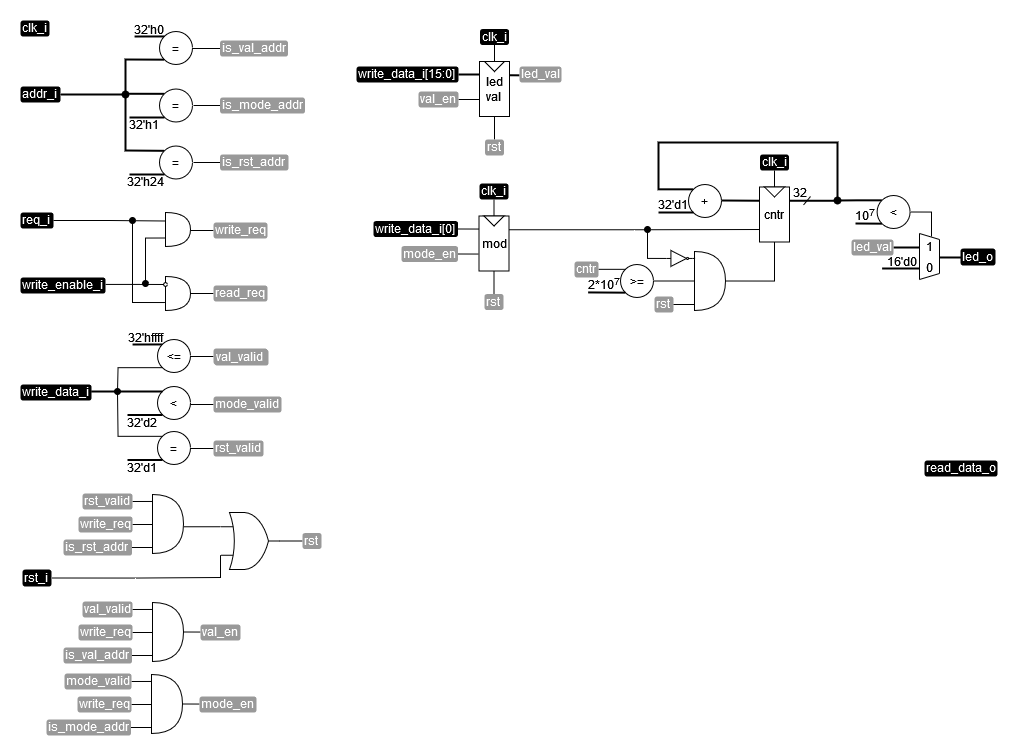
Before: .pic/Basic Verilog structures/controllers/fig_08.drawio.png, a diagram exported from draw.io (MPSU/APS). Source tidied: cells renumbered, new cells last; positions are measured from the earlier drawing's top-left corner, leaving out a move shared by most shapes.
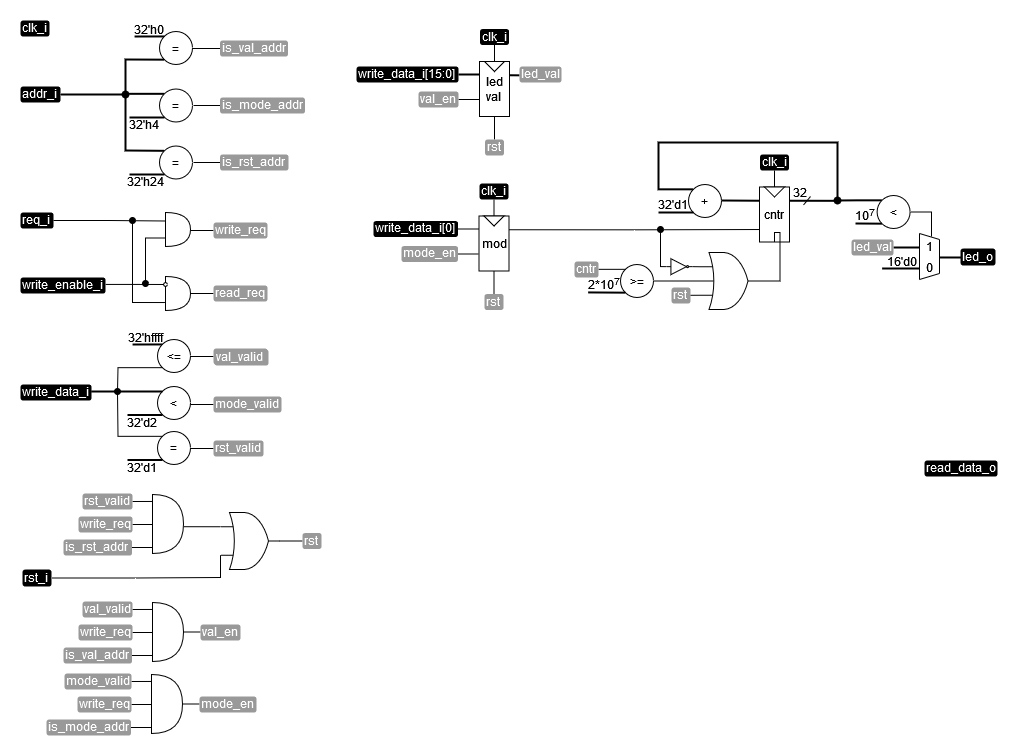
The same diagram one commit later.

Diff of the diagram source:
```diff
@@ -97,7 +97,7 @@
     <mxCell id="24" value="read_req" style="text;html=1;strokeColor=none;fillColor=#999999;align=left;verticalAlign=middle;whiteSpace=wrap;rounded=1;fontColor=#FFFFFF;spacingBottom=2;" parent="1" vertex="1">
       <mxGeometry x="193" y="265" width="54" height="16" as="geometry" />
     </mxCell>
-    <mxCell id="25" value="32'h1" style="text;html=1;strokeColor=none;fillColor=none;align=center;verticalAlign=middle;whiteSpace=wrap;rounded=0;" parent="1" vertex="1">
+    <mxCell id="25" value="32'h4" style="text;html=1;strokeColor=none;fillColor=none;align=center;verticalAlign=middle;whiteSpace=wrap;rounded=0;" parent="1" vertex="1">
       <mxGeometry x="108" y="97" width="32" height="13" as="geometry" />
     </mxCell>
     <mxCell id="26" style="endArrow=none;html=1;rounded=0;" parent="1" edge="1">
@@ -419,7 +419,7 @@
       </mxGeometry>
     </mxCell>
     <mxCell id="111" value="rst" style="text;html=1;strokeColor=none;fillColor=#999999;align=left;verticalAlign=middle;whiteSpace=wrap;rounded=1;fontColor=#FFFFFF;spacingBottom=2;" parent="1" vertex="1">
-      <mxGeometry x="634" y="276" width="19" height="16" as="geometry" />
+      <mxGeometry x="651" y="267" width="19" height="16" as="geometry" />
     </mxCell>
     <mxCell id="112" style="edgeStyle=orthogonalEdgeStyle;rounded=0;jettySize=auto;html=1;exitX=0.5;exitY=1;exitDx=0;exitDy=0;entryX=0;entryY=0.5;entryDx=0;entryDy=0;endArrow=none;endFill=0;" parent="1" edge="1" source="113" target="109">
       <mxGeometry relative="1" as="geometry" />
@@ -461,7 +461,7 @@
         <mxPoint x="817" y="180" as="targetPoint" />
       </mxGeometry>
     </mxCell>
-    <mxCell id="122" style="edgeStyle=orthogonalEdgeStyle;rounded=0;jettySize=auto;html=1;exitX=1;exitY=0.5;exitDx=0;exitDy=0;endArrow=none;endFill=0;entryX=0.577;entryY=0.199;entryDx=0;entryDy=0;entryPerimeter=0;" parent="1" edge="1" source="123" target="150">
+    <mxCell id="122" style="edgeStyle=orthogonalEdgeStyle;rounded=0;jettySize=auto;html=1;exitX=1;exitY=0.5;exitDx=0;exitDy=0;endArrow=none;endFill=0;entryX=0.577;entryY=0.199;entryDx=0;entryDy=0;entryPerimeter=0;" parent="1" edge="1" source="123" target="148">
       <mxGeometry relative="1" as="geometry" />
     </mxCell>
     <mxCell id="123" value="&amp;lt;" style="ellipse;whiteSpace=wrap;html=1;" parent="1" vertex="1">
@@ -492,7 +492,7 @@
     <mxCell id="129" value="led_val" style="text;html=1;strokeColor=none;fillColor=#999999;align=left;verticalAlign=middle;whiteSpace=wrap;rounded=1;fontColor=#FFFFFF;spacingBottom=2;" parent="1" vertex="1">
       <mxGeometry x="831" y="219" width="42" height="16" as="geometry" />
     </mxCell>
-    <mxCell id="130" style="endArrow=none;html=1;rounded=0;exitX=0.885;exitY=0.507;exitDx=0;exitDy=0;exitPerimeter=0;strokeWidth=2;" parent="1" edge="1" source="150">
+    <mxCell id="130" style="endArrow=none;html=1;rounded=0;exitX=0.885;exitY=0.507;exitDx=0;exitDy=0;exitPerimeter=0;strokeWidth=2;" parent="1" edge="1" source="148">
       <mxGeometry relative="1" as="geometry">
         <mxPoint x="941" y="237" as="targetPoint" />
       </mxGeometry>
@@ -503,78 +503,79 @@
     <mxCell id="132" value="read_data_o" style="text;html=1;strokeColor=none;fillColor=#000000;align=left;verticalAlign=middle;whiteSpace=wrap;rounded=1;fontColor=#FFFFFF;spacingBottom=2;" parent="1" vertex="1">
       <mxGeometry x="904" y="440" width="73" height="16" as="geometry" />
     </mxCell>
-    <mxCell id="133" style="edgeStyle=orthogonalEdgeStyle;rounded=0;jettySize=auto;html=1;exitX=1;exitY=0.5;exitDx=0;exitDy=0;exitPerimeter=0;endArrow=none;endFill=0;" parent="1" edge="1" source="134" target="108">
+    <mxCell id="133" style="edgeStyle=orthogonalEdgeStyle;rounded=0;jettySize=auto;html=1;exitX=1;exitY=0.5;exitDx=0;exitDy=0;exitPerimeter=0;endArrow=none;endFill=0;" parent="1" edge="1" source="149" target="108">
       <mxGeometry relative="1" as="geometry" />
     </mxCell>
-    <mxCell id="134" style="shape=or;whiteSpace=wrap;html=1;" parent="1" vertex="1">
-      <mxGeometry x="674" y="231" width="31" height="59" as="geometry" />
+    <mxCell id="134" style="edgeStyle=orthogonalEdgeStyle;rounded=0;jettySize=auto;html=1;exitX=1;exitY=0.5;exitDx=0;exitDy=0;entryX=0;entryY=0.75;entryDx=0;entryDy=0;entryPerimeter=0;endArrow=none;endFill=0;" parent="1" edge="1" target="149">
+      <mxGeometry relative="1" as="geometry">
+        <mxPoint x="670" y="274.8" as="sourcePoint" />
+      </mxGeometry>
     </mxCell>
-    <mxCell id="135" style="edgeStyle=orthogonalEdgeStyle;rounded=0;jettySize=auto;html=1;exitX=1;exitY=0.5;exitDx=0;exitDy=0;entryX=-0.014;entryY=0.904;entryDx=0;entryDy=0;entryPerimeter=0;endArrow=none;endFill=0;" parent="1" edge="1" target="134">
-      <mxGeometry relative="1" as="geometry">
-        <mxPoint x="653" y="284" as="sourcePoint" />
-      </mxGeometry>
+    <mxCell id="135" style="edgeStyle=orthogonalEdgeStyle;rounded=0;jettySize=auto;html=1;exitX=0;exitY=0;exitDx=0;exitDy=0;entryX=1;entryY=0.5;entryDx=0;entryDy=0;endArrow=none;endFill=0;" parent="1" edge="1" source="137" target="140">
+      <mxGeometry relative="1" as="geometry" />
     </mxCell>
-    <mxCell id="136" style="edgeStyle=orthogonalEdgeStyle;rounded=0;jettySize=auto;html=1;exitX=0;exitY=0;exitDx=0;exitDy=0;entryX=1;entryY=0.5;entryDx=0;entryDy=0;endArrow=none;endFill=0;" parent="1" edge="1" source="138" target="141">
+    <mxCell id="136" style="edgeStyle=orthogonalEdgeStyle;rounded=0;jettySize=auto;html=1;exitX=1;exitY=0.5;exitDx=0;exitDy=0;entryX=0.23;entryY=0.5;entryDx=0;entryDy=0;entryPerimeter=0;endArrow=none;endFill=0;" parent="1" edge="1" source="137" target="149">
       <mxGeometry relative="1" as="geometry" />
     </mxCell>
-    <mxCell id="137" style="edgeStyle=orthogonalEdgeStyle;rounded=0;jettySize=auto;html=1;exitX=1;exitY=0.5;exitDx=0;exitDy=0;entryX=0;entryY=0.5;entryDx=0;entryDy=0;entryPerimeter=0;endArrow=none;endFill=0;" parent="1" edge="1" source="138" target="134">
-      <mxGeometry relative="1" as="geometry" />
+    <mxCell id="137" value="&amp;gt;=" style="ellipse;whiteSpace=wrap;html=1;" parent="1" vertex="1">
+      <mxGeometry x="600" y="244" width="33" height="33" as="geometry" />
     </mxCell>
-    <mxCell id="138" value="&amp;gt;=" style="ellipse;whiteSpace=wrap;html=1;" parent="1" vertex="1">
-      <mxGeometry x="600" y="244" width="33" height="33" as="geometry" />
+    <mxCell id="138" style="endArrow=none;html=1;rounded=0;entryX=0;entryY=1;entryDx=0;entryDy=0;strokeWidth=2;exitX=-0.088;exitY=1.18;exitDx=0;exitDy=0;exitPerimeter=0;" parent="1" edge="1" source="139" target="137">
+      <mxGeometry relative="1" as="geometry" />
     </mxCell>
-    <mxCell id="139" style="endArrow=none;html=1;rounded=0;entryX=0;entryY=1;entryDx=0;entryDy=0;strokeWidth=2;exitX=-0.088;exitY=1.18;exitDx=0;exitDy=0;exitPerimeter=0;" parent="1" edge="1" source="140" target="138">
-      <mxGeometry relative="1" as="geometry" />
+    <mxCell id="139" value="2*10&lt;sup&gt;7&lt;/sup&gt;" style="text;html=1;strokeColor=none;fillColor=none;align=center;verticalAlign=middle;whiteSpace=wrap;rounded=0;" parent="1" vertex="1">
+      <mxGeometry x="570" y="256" width="27" height="13.5" as="geometry" />
     </mxCell>
-    <mxCell id="140" value="2*10&lt;sup&gt;7&lt;/sup&gt;" style="text;html=1;strokeColor=none;fillColor=none;align=center;verticalAlign=middle;whiteSpace=wrap;rounded=0;" parent="1" vertex="1">
-      <mxGeometry x="570" y="256" width="27" height="13.5" as="geometry" />
+    <mxCell id="140" value="cntr" style="text;html=1;strokeColor=none;fillColor=#999999;align=left;verticalAlign=middle;whiteSpace=wrap;rounded=1;fontColor=#FFFFFF;spacingBottom=2;" parent="1" vertex="1">
+      <mxGeometry x="554" y="241" width="24" height="16" as="geometry" />
     </mxCell>
-    <mxCell id="141" value="cntr" style="text;html=1;strokeColor=none;fillColor=#999999;align=left;verticalAlign=middle;whiteSpace=wrap;rounded=1;fontColor=#FFFFFF;spacingBottom=2;" parent="1" vertex="1">
-      <mxGeometry x="554" y="241" width="24" height="16" as="geometry" />
+    <mxCell id="141" style="edgeStyle=orthogonalEdgeStyle;rounded=0;jettySize=auto;html=1;endArrow=none;endFill=0;entryX=0;entryY=0.5;entryDx=0;entryDy=0;entryPerimeter=0;startArrow=oval;startFill=1;" parent="1" edge="1" target="142">
+      <mxGeometry relative="1" as="geometry">
+        <mxPoint x="640" y="209" as="sourcePoint" />
+        <Array as="points">
+          <mxPoint x="640" y="209" />
+          <mxPoint x="640" y="246" />
+        </Array>
+      </mxGeometry>
     </mxCell>
-    <mxCell id="142" style="edgeStyle=orthogonalEdgeStyle;rounded=0;jettySize=auto;html=1;endArrow=none;endFill=0;entryX=0;entryY=0.5;entryDx=0;entryDy=0;entryPerimeter=0;startArrow=oval;startFill=1;" parent="1" edge="1" target="144">
-      <mxGeometry relative="1" as="geometry">
-        <mxPoint x="627" y="209" as="sourcePoint" />
-        <Array as="points">
-          <mxPoint x="627" y="238" />
-        </Array>
-      </mxGeometry>
+    <mxCell id="142" style="verticalLabelPosition=bottom;shadow=0;dashed=0;align=center;html=1;verticalAlign=top;shape=mxgraph.electrical.logic_gates.inverter_2;" parent="1" vertex="1">
+      <mxGeometry x="646" y="238.2" width="26" height="15.9" as="geometry" />
     </mxCell>
-    <mxCell id="143" style="edgeStyle=orthogonalEdgeStyle;rounded=0;jettySize=auto;html=1;exitX=1;exitY=0.5;exitDx=0;exitDy=0;exitPerimeter=0;entryX=0.019;entryY=0.12;entryDx=0;entryDy=0;entryPerimeter=0;endArrow=none;endFill=0;" parent="1" edge="1" source="144" target="134">
-      <mxGeometry relative="1" as="geometry" />
+    <mxCell id="143" style="group;rotation=-181;strokeOpacity=100;fillOpacity=100;" parent="1" vertex="1">
+      <mxGeometry x="899" y="213" width="23" height="57.5" as="geometry" />
     </mxCell>
-    <mxCell id="144" style="verticalLabelPosition=bottom;shadow=0;dashed=0;align=center;html=1;verticalAlign=top;shape=mxgraph.electrical.logic_gates.inverter_2;" parent="1" vertex="1">
-      <mxGeometry x="646" y="230" width="26" height="15.9" as="geometry" />
+    <mxCell id="144" style="endArrow=none;html=1;rounded=0;strokeColor=#000000;fontSize=16;fontColor=#000000;startSize=6;endSize=6;comic=0;jiggle=0.5;strokeWidth=1;strokeOpacity=100;fillOpacity=100;" parent="143" edge="1">
+      <mxGeometry relative="1" as="geometry">
+        <mxPoint y="46" as="sourcePoint" />
+        <mxPoint x="20" y="40" as="targetPoint" />
+      </mxGeometry>
     </mxCell>
-    <mxCell id="145" style="group;rotation=-181;strokeOpacity=100;fillOpacity=100;" parent="1" vertex="1">
-      <mxGeometry x="899" y="213" width="23" height="57.5" as="geometry" />
+    <mxCell id="145" style="endArrow=none;html=1;rounded=0;strokeColor=#000000;fontSize=16;fontColor=#000000;startSize=6;endSize=6;comic=0;jiggle=0.5;strokeWidth=1;strokeOpacity=100;fillOpacity=100;" parent="143" edge="1">
+      <mxGeometry relative="1" as="geometry">
+        <mxPoint as="sourcePoint" />
+        <mxPoint x="20" y="6" as="targetPoint" />
+      </mxGeometry>
     </mxCell>
-    <mxCell id="146" style="endArrow=none;html=1;rounded=0;strokeColor=#000000;fontSize=16;fontColor=#000000;startSize=6;endSize=6;comic=0;jiggle=0.5;strokeWidth=1;strokeOpacity=100;fillOpacity=100;" parent="145" edge="1">
+    <mxCell id="146" style="endArrow=none;html=1;rounded=0;strokeColor=#000000;fontSize=16;fontColor=#000000;startSize=6;endSize=6;comic=0;jiggle=0.5;strokeWidth=1;strokeOpacity=100;fillOpacity=100;" parent="143" edge="1">
       <mxGeometry relative="1" as="geometry">
         <mxPoint y="46" as="sourcePoint" />
-        <mxPoint x="20" y="40" as="targetPoint" />
+        <mxPoint as="targetPoint" />
       </mxGeometry>
     </mxCell>
-    <mxCell id="147" style="endArrow=none;html=1;rounded=0;strokeColor=#000000;fontSize=16;fontColor=#000000;startSize=6;endSize=6;comic=0;jiggle=0.5;strokeWidth=1;strokeOpacity=100;fillOpacity=100;" parent="145" edge="1">
+    <mxCell id="147" style="endArrow=none;html=1;rounded=0;strokeColor=#000000;fontSize=16;fontColor=#000000;startSize=6;endSize=6;comic=0;jiggle=0.5;strokeWidth=1;strokeOpacity=100;fillOpacity=100;" parent="143" edge="1">
       <mxGeometry relative="1" as="geometry">
-        <mxPoint as="sourcePoint" />
+        <mxPoint x="20" y="40" as="sourcePoint" />
         <mxPoint x="20" y="6" as="targetPoint" />
       </mxGeometry>
     </mxCell>
-    <mxCell id="148" style="endArrow=none;html=1;rounded=0;strokeColor=#000000;fontSize=16;fontColor=#000000;startSize=6;endSize=6;comic=0;jiggle=0.5;strokeWidth=1;strokeOpacity=100;fillOpacity=100;" parent="145" edge="1">
-      <mxGeometry relative="1" as="geometry">
-        <mxPoint y="46" as="sourcePoint" />
-        <mxPoint as="targetPoint" />
-      </mxGeometry>
+    <mxCell id="148" value="&lt;p style=&quot;line-height: 80%;&quot;&gt;&lt;font style=&quot;font-size: 12px;&quot;&gt;1&lt;/font&gt;&lt;/p&gt;&lt;p style=&quot;line-height: 80%;&quot;&gt;0&lt;/p&gt;" style="text;html=1;align=center;verticalAlign=middle;points=[];strokeColor=none;fillColor=none;strokeOpacity=100;fillOpacity=100;" parent="143" vertex="1">
+      <mxGeometry x="-3" y="-10.5" width="26" height="68" as="geometry" />
     </mxCell>
-    <mxCell id="149" style="endArrow=none;html=1;rounded=0;strokeColor=#000000;fontSize=16;fontColor=#000000;startSize=6;endSize=6;comic=0;jiggle=0.5;strokeWidth=1;strokeOpacity=100;fillOpacity=100;" parent="145" edge="1">
-      <mxGeometry relative="1" as="geometry">
-        <mxPoint x="20" y="40" as="sourcePoint" />
-        <mxPoint x="20" y="6" as="targetPoint" />
-      </mxGeometry>
+    <mxCell id="149" style="verticalLabelPosition=bottom;shadow=0;dashed=0;align=center;html=1;verticalAlign=top;shape=mxgraph.electrical.logic_gates.logic_gate;operation=or;" parent="1" vertex="1">
+      <mxGeometry x="679.5" y="232" width="60" height="57" as="geometry" />
     </mxCell>
-    <mxCell id="150" value="&lt;p style=&quot;line-height: 80%;&quot;&gt;&lt;font style=&quot;font-size: 12px;&quot;&gt;1&lt;/font&gt;&lt;/p&gt;&lt;p style=&quot;line-height: 80%;&quot;&gt;0&lt;/p&gt;" style="text;html=1;align=center;verticalAlign=middle;points=[];strokeColor=none;fillColor=none;strokeOpacity=100;fillOpacity=100;" parent="145" vertex="1">
-      <mxGeometry x="-3" y="-10.5" width="26" height="68" as="geometry" />
+    <mxCell id="150" style="endArrow=none;html=1;rounded=0;exitX=1;exitY=0.5;exitDx=0;exitDy=0;exitPerimeter=0;entryX=0;entryY=0.25;entryDx=0;entryDy=0;entryPerimeter=0;" parent="1" edge="1" source="142" target="149">
+      <mxGeometry relative="1" as="geometry" />
     </mxCell>
   </root>
 </mxGraphModel>
```
